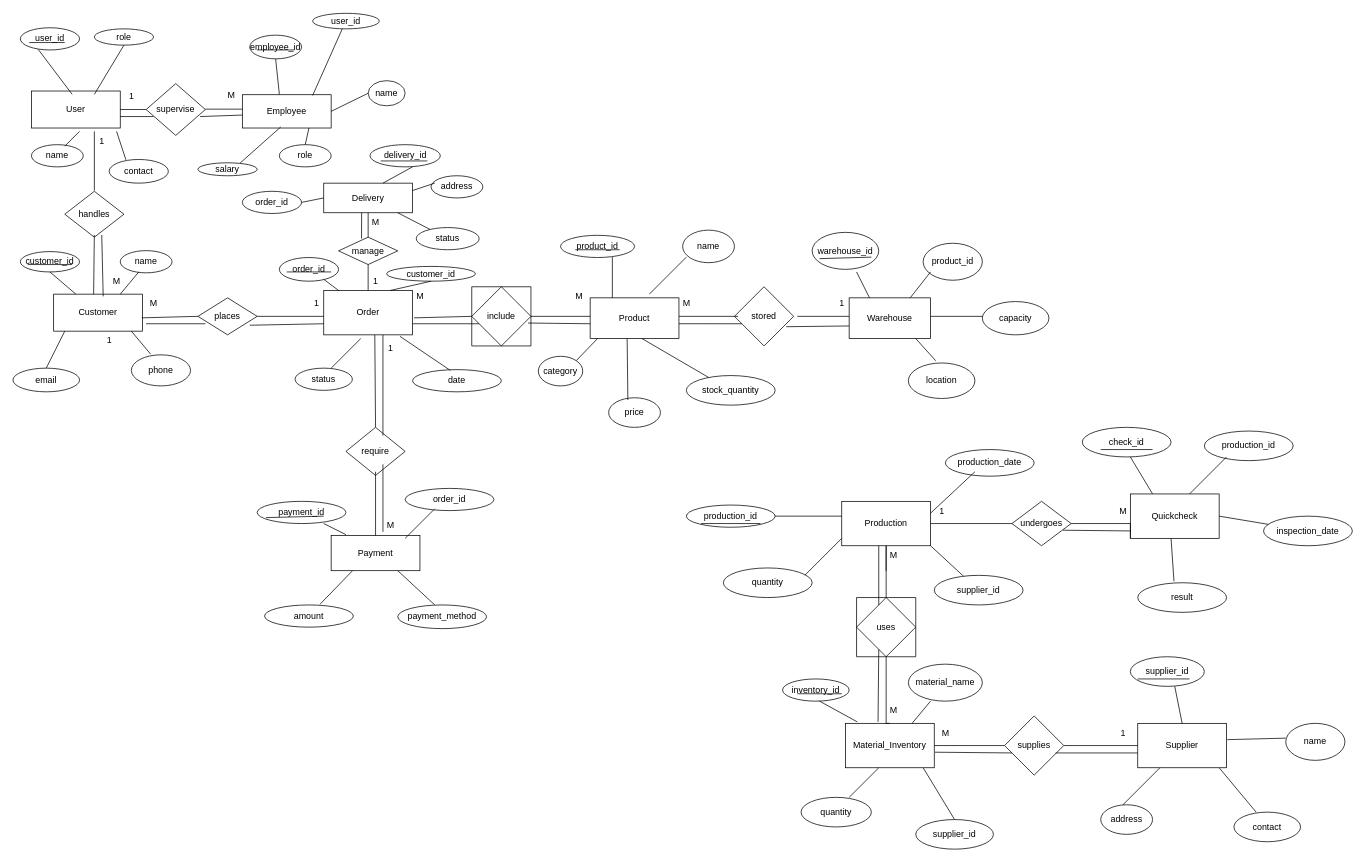
Before: Untitled Diagram.drawio in sarasiVidumini/drawio, a draw.io diagram. Source tidied: cells renumbered, new cells numbered last; positions are measured from the earlier drawing's top-left corner, leaving out a move shared by most shapes. Both pictures are drawn from the tidied source at 74%, with x=0, y=0 at pixel (13, 13).
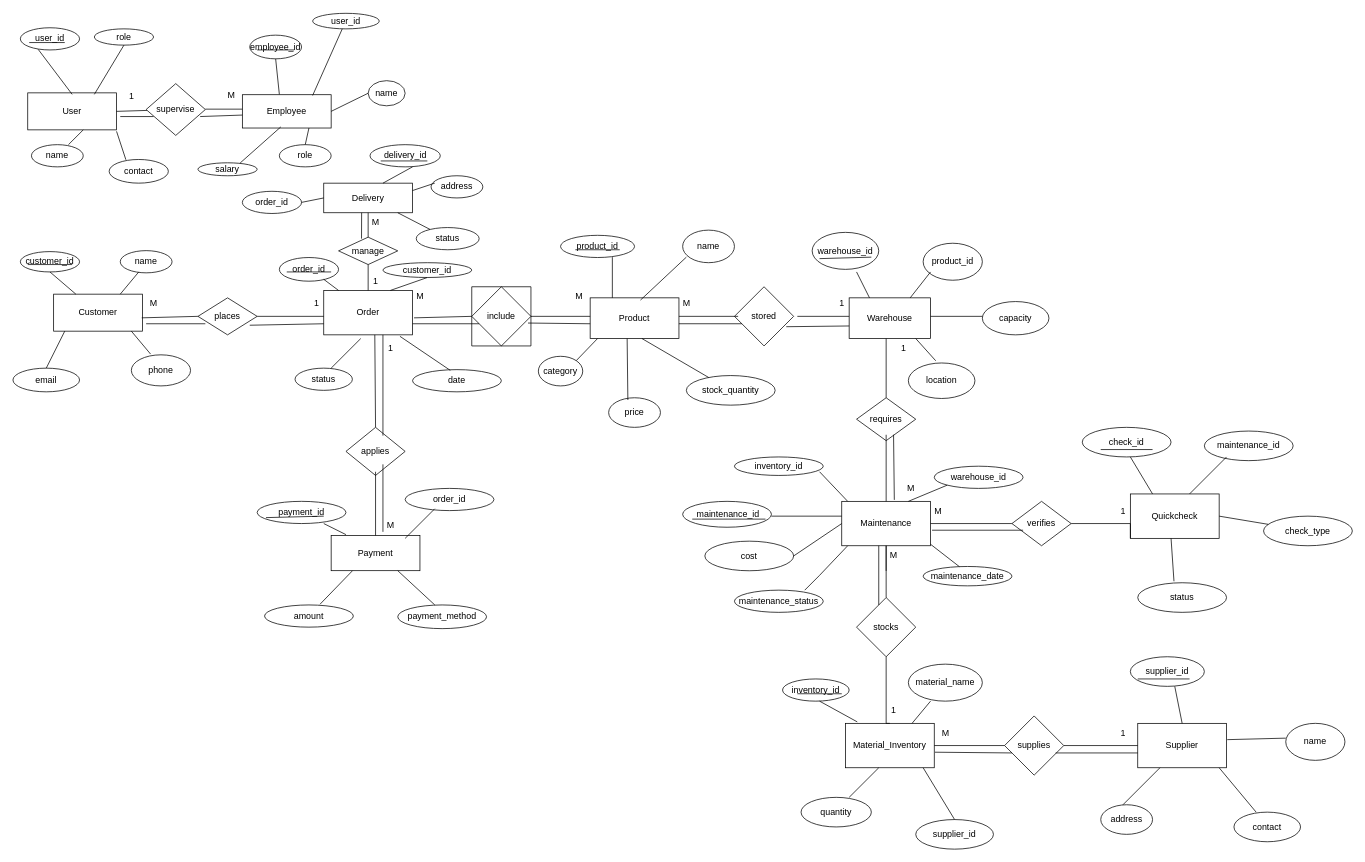
The same diagram, later.

The change refers to these unchanged cells:
```xml
<mxCell id="4" value="Customer" style="rounded=0;whiteSpace=wrap;html=1;" parent="1" vertex="1">
  <mxGeometry x="55" y="380" width="120" height="50" as="geometry" />
</mxCell>
<mxCell id="11" value="Product" style="rounded=0;whiteSpace=wrap;html=1;" parent="1" vertex="1">
  <mxGeometry x="780" y="385" width="120" height="55" as="geometry" />
</mxCell>
<mxCell id="87" value="Material_Inventory" style="rounded=0;whiteSpace=wrap;html=1;" parent="1" vertex="1">
  <mxGeometry x="1125" y="960" width="120" height="60" as="geometry" />
</mxCell>
```

Diff of the diagram source:
```diff
@@
     <mxCell id="2" value="User" style="rounded=0;whiteSpace=wrap;html=1;" parent="1" vertex="1">
-      <mxGeometry x="25" y="105.5" width="120" height="50" as="geometry" />
+      <mxGeometry x="20" y="108" width="120" height="50" as="geometry" />
     </mxCell>
@@
     <mxCell id="31" style="endArrow=none;html=1;rounded=0;fontFamily=Helvetica;fontSize=12;fontColor=default;" parent="1" edge="1">
       <mxGeometry relative="1" as="geometry">
-        <mxPoint x="70" y="180" as="sourcePoint" />
-        <mxPoint x="90" y="160" as="targetPoint" />
+        <mxPoint x="75" y="178" as="sourcePoint" />
+        <mxPoint x="95" y="158" as="targetPoint" />
       </mxGeometry>
     </mxCell>
@@
     <mxCell id="37" value="customer_id" style="ellipse;whiteSpace=wrap;html=1;strokeColor=default;align=center;verticalAlign=middle;fontFamily=Helvetica;fontSize=12;fontColor=default;fillColor=default;" parent="1" vertex="1">
-      <mxGeometry x="505" y="342.5" width="120" height="20" as="geometry" />
+      <mxGeometry x="500" y="337.5" width="120" height="20" as="geometry" />
     </mxCell>
@@
-    <mxCell id="48" value="handles" style="rhombus;whiteSpace=wrap;html=1;" parent="1" vertex="1">
-      <mxGeometry x="70" y="241" width="80" height="62" as="geometry" />
-    </mxCell>
-    <mxCell id="49" value="require" style="rhombus;whiteSpace=wrap;html=1;" parent="1" vertex="1">
+    <mxCell id="49" value="applies" style="rhombus;whiteSpace=wrap;html=1;" parent="1" vertex="1">
       <mxGeometry x="450" y="560" width="80" height="65" as="geometry" />
     </mxCell>
-    <mxCell id="50" style="endArrow=none;html=1;rounded=0;" parent="1" edge="1">
-      <mxGeometry relative="1" as="geometry">
-        <mxPoint x="110" y="240" as="sourcePoint" />
-        <mxPoint x="110" y="160" as="targetPoint" />
-      </mxGeometry>
-    </mxCell>
-    <mxCell id="51" style="endArrow=none;html=1;rounded=0;exitX=0.45;exitY=0;exitDx=0;exitDy=0;exitPerimeter=0;" parent="1" edge="1" source="4">
-      <mxGeometry relative="1" as="geometry">
-        <mxPoint x="110" y="300" as="targetPoint" />
-      </mxGeometry>
-    </mxCell>
@@
-    <mxCell id="81" value="Production" style="rounded=0;whiteSpace=wrap;html=1;" parent="1" vertex="1">
+    <mxCell id="81" value="Maintenance" style="rounded=0;whiteSpace=wrap;html=1;" parent="1" vertex="1">
       <mxGeometry x="1120" y="660" width="120" height="60" as="geometry" />
     </mxCell>
-    <mxCell id="82" value="undergoes" style="rhombus;whiteSpace=wrap;html=1;" parent="1" vertex="1">
+    <mxCell id="82" value="verifies" style="rhombus;whiteSpace=wrap;html=1;" parent="1" vertex="1">
       <mxGeometry x="1350" y="660" width="80" height="60" as="geometry" />
     </mxCell>
@@
-    <mxCell id="86" value="uses" style="rhombus;whiteSpace=wrap;html=1;" parent="1" vertex="1">
+    <mxCell id="86" value="stocks" style="rhombus;whiteSpace=wrap;html=1;" parent="1" vertex="1">
       <mxGeometry x="1140" y="790" width="80" height="80" as="geometry" />
     </mxCell>
@@
-    <mxCell id="102" style="endArrow=none;html=1;rounded=0;" parent="1" edge="1">
+    <mxCell id="102" style="endArrow=none;html=1;rounded=0;exitX=0.567;exitY=0.055;exitDx=0;exitDy=0;exitPerimeter=0;" parent="1" edge="1" source="11">
       <mxGeometry relative="1" as="geometry">
-        <mxPoint x="860" y="380" as="sourcePoint" />
         <mxPoint x="910" y="330" as="targetPoint" />
       </mxGeometry>
     </mxCell>
@@
-    <mxCell id="123" value="production_id" style="ellipse;whiteSpace=wrap;html=1;" parent="1" vertex="1">
-      <mxGeometry x="910" y="665" width="120" height="30" as="geometry" />
-    </mxCell>
-    <mxCell id="124" value="quantity" style="ellipse;whiteSpace=wrap;html=1;" parent="1" vertex="1">
-      <mxGeometry x="960" y="750" width="120" height="40" as="geometry" />
+    <mxCell id="124" value="cost" style="ellipse;whiteSpace=wrap;html=1;" parent="1" vertex="1">
+      <mxGeometry x="935" y="713.8" width="120" height="40" as="geometry" />
     </mxCell>
-    <mxCell id="125" value="production_date" style="ellipse;whiteSpace=wrap;html=1;direction=west;" parent="1" vertex="1">
-      <mxGeometry x="1260" y="590" width="120" height="36" as="geometry" />
+    <mxCell id="125" value="maintenance_date" style="ellipse;whiteSpace=wrap;html=1;direction=west;" parent="1" vertex="1">
+      <mxGeometry x="1230" y="748" width="120" height="26.2" as="geometry" />
     </mxCell>
-    <mxCell id="126" value="supplier_id" style="ellipse;whiteSpace=wrap;html=1;" parent="1" vertex="1">
-      <mxGeometry x="1245" y="760" width="120" height="40" as="geometry" />
+    <mxCell id="126" value="inventory_id" style="ellipse;whiteSpace=wrap;html=1;" parent="1" vertex="1">
+      <mxGeometry x="975" y="600" width="120" height="25" as="geometry" />
     </mxCell>
-    <mxCell id="127" style="endArrow=none;html=1;rounded=0;exitX=1;exitY=0.5;exitDx=0;exitDy=0;" parent="1" edge="1" source="123">
+    <mxCell id="127" style="endArrow=none;html=1;rounded=0;exitX=1;exitY=0.5;exitDx=0;exitDy=0;" parent="1" edge="1">
       <mxGeometry relative="1" as="geometry">
+        <mxPoint x="1025" y="680" as="sourcePoint" />
         <mxPoint x="1120" y="680" as="targetPoint" />
       </mxGeometry>
     </mxCell>
-    <mxCell id="128" style="endArrow=none;html=1;rounded=0;" parent="1" edge="1">
-      <mxGeometry relative="1" as="geometry">
-        <mxPoint x="1070" y="760" as="sourcePoint" />
-        <mxPoint x="1120" y="710" as="targetPoint" />
-      </mxGeometry>
+    <mxCell id="128" style="endArrow=none;html=1;rounded=0;exitX=1;exitY=0.5;exitDx=0;exitDy=0;entryX=0;entryY=0.5;entryDx=0;entryDy=0;" parent="1" edge="1" source="124" target="81">
+      <mxGeometry relative="1" as="geometry" />
     </mxCell>
-    <mxCell id="129" style="endArrow=none;html=1;rounded=0;" parent="1" edge="1" source="126">
-      <mxGeometry relative="1" as="geometry">
-        <mxPoint x="1240" y="720" as="targetPoint" />
-      </mxGeometry>
-    </mxCell>
-    <mxCell id="130" style="endArrow=none;html=1;rounded=0;" parent="1" edge="1">
-      <mxGeometry relative="1" as="geometry">
-        <mxPoint x="1240" y="676" as="sourcePoint" />
-        <mxPoint x="1300" y="620" as="targetPoint" />
-      </mxGeometry>
-    </mxCell>
@@
-    <mxCell id="147" style="endArrow=none;html=1;rounded=0;" parent="1" edge="1">
-      <mxGeometry relative="1" as="geometry">
-        <mxPoint x="930" y="690" as="sourcePoint" />
-        <mxPoint x="1010" y="690" as="targetPoint" />
-      </mxGeometry>
-    </mxCell>
@@
-    <mxCell id="151" value="production_id" style="ellipse;whiteSpace=wrap;html=1;" parent="1" vertex="1">
+    <mxCell id="151" value="maintenance_id" style="ellipse;whiteSpace=wrap;html=1;" parent="1" vertex="1">
       <mxGeometry x="1610" y="565" width="120" height="40" as="geometry" />
     </mxCell>
-    <mxCell id="152" value="result" style="ellipse;whiteSpace=wrap;html=1;" parent="1" vertex="1">
+    <mxCell id="152" value="status" style="ellipse;whiteSpace=wrap;html=1;" parent="1" vertex="1">
       <mxGeometry x="1520" y="770" width="120" height="40" as="geometry" />
     </mxCell>
-    <mxCell id="153" value="inspection_date" style="ellipse;whiteSpace=wrap;html=1;" parent="1" vertex="1">
+    <mxCell id="153" value="check_type" style="ellipse;whiteSpace=wrap;html=1;" parent="1" vertex="1">
       <mxGeometry x="1690" y="680" width="120" height="40" as="geometry" />
     </mxCell>
@@
-    <mxCell id="160" value="M" style="text;html=1;align=center;verticalAlign=middle;strokeColor=none;fillColor=none;" parent="1" vertex="1">
-      <mxGeometry x="125" y="348" width="30" height="30" as="geometry" />
-    </mxCell>
-    <mxCell id="161" style="endArrow=none;html=1;rounded=0;exitX=0.863;exitY=0.65;exitDx=0;exitDy=0;exitPerimeter=0;" parent="1" edge="1" source="82">
-      <mxGeometry relative="1" as="geometry">
-        <mxPoint x="1510" y="700" as="targetPoint" />
-      </mxGeometry>
+    <mxCell id="161" style="endArrow=none;html=1;rounded=0;exitX=0.188;exitY=0.65;exitDx=0;exitDy=0;exitPerimeter=0;entryX=1.017;entryY=0.65;entryDx=0;entryDy=0;entryPerimeter=0;" parent="1" edge="1" source="82" target="81">
+      <mxGeometry relative="1" as="geometry" />
     </mxCell>
@@
-    <mxCell id="174" style="endArrow=none;html=1;rounded=0;exitX=0.367;exitY=-0.033;exitDx=0;exitDy=0;exitPerimeter=0;" parent="1" edge="1" source="87">
-      <mxGeometry relative="1" as="geometry">
-        <mxPoint x="1170" y="860" as="targetPoint" />
-      </mxGeometry>
-    </mxCell>
@@
-    <mxCell id="179" value="1" style="text;html=1;align=center;verticalAlign=middle;strokeColor=none;fillColor=none;" parent="1" vertex="1">
-      <mxGeometry x="105" y="158" width="30" height="30" as="geometry" />
-    </mxCell>
@@
-    <mxCell id="186" value="1" style="text;html=1;align=center;verticalAlign=middle;strokeColor=none;fillColor=none;" parent="1" vertex="1">
-      <mxGeometry x="115" y="428" width="30" height="30" as="geometry" />
-    </mxCell>
@@
-    <mxCell id="190" value="M" style="text;html=1;align=center;verticalAlign=middle;strokeColor=none;fillColor=none;" parent="1" vertex="1">
+    <mxCell id="190" value="1" style="text;html=1;align=center;verticalAlign=middle;strokeColor=none;fillColor=none;" parent="1" vertex="1">
       <mxGeometry x="1175" y="928" width="30" height="30" as="geometry" />
     </mxCell>
-    <mxCell id="191" style="swimlane;startSize=0;" parent="1" vertex="1">
-      <mxGeometry x="1140" y="790" width="80" height="80" as="geometry" />
-    </mxCell>
@@
-    <mxCell id="194" value="1" style="text;html=1;align=center;verticalAlign=middle;strokeColor=none;fillColor=none;" parent="1" vertex="1">
-      <mxGeometry x="1240" y="658" width="30" height="30" as="geometry" />
-    </mxCell>
-    <mxCell id="195" value="M" style="text;html=1;align=center;verticalAlign=middle;strokeColor=none;fillColor=none;" parent="1" vertex="1">
+    <mxCell id="195" value="1" style="text;html=1;align=center;verticalAlign=middle;strokeColor=none;fillColor=none;" parent="1" vertex="1">
       <mxGeometry x="1485" y="658" width="30" height="30" as="geometry" />
     </mxCell>
@@
-    <mxCell id="200" style="endArrow=none;html=1;rounded=0;exitX=0.558;exitY=0.06;exitDx=0;exitDy=0;exitPerimeter=0;" parent="1" edge="1" source="4">
-      <mxGeometry relative="1" as="geometry">
-        <mxPoint x="120" y="300" as="targetPoint" />
-      </mxGeometry>
-    </mxCell>
+    <mxCell id="201" value="&lt;p&gt;&amp;nbsp;maintenance_id&lt;/p&gt;" style="ellipse;whiteSpace=wrap;html=1;" parent="1" vertex="1">
+      <mxGeometry x="905" y="660" width="120" height="35" as="geometry" />
+    </mxCell>
+    <mxCell id="202" value="maintenance_status" style="ellipse;whiteSpace=wrap;html=1;" parent="1" vertex="1">
+      <mxGeometry x="975" y="780" width="120" height="30" as="geometry" />
+    </mxCell>
+    <mxCell id="203" style="endArrow=none;html=1;rounded=0;entryX=0.067;entryY=1;entryDx=0;entryDy=0;entryPerimeter=0;" parent="1" edge="1" target="81">
+      <mxGeometry relative="1" as="geometry">
+        <mxPoint x="1070" y="780" as="sourcePoint" />
+        <Array as="points">
+          <mxPoint x="1090" y="760" />
+        </Array>
+      </mxGeometry>
+    </mxCell>
+    <mxCell id="204" style="edgeStyle=orthogonalEdgeStyle;rounded=0;orthogonalLoop=1;jettySize=auto;html=1;exitX=0.5;exitY=1;exitDx=0;exitDy=0;" parent="1" edge="1">
+      <mxGeometry relative="1" as="geometry">
+        <mxPoint x="1310" y="630" as="sourcePoint" />
+        <mxPoint x="1310" y="630" as="targetPoint" />
+      </mxGeometry>
+    </mxCell>
+    <mxCell id="205" value="warehouse_id" style="ellipse;whiteSpace=wrap;html=1;" parent="1" vertex="1">
+      <mxGeometry x="1245" y="612.5" width="120" height="30" as="geometry" />
+    </mxCell>
+    <mxCell id="206" style="endArrow=none;html=1;rounded=0;exitX=0.067;exitY=0;exitDx=0;exitDy=0;exitPerimeter=0;" parent="1" edge="1" source="81">
+      <mxGeometry relative="1" as="geometry">
+        <mxPoint x="1090" y="620" as="targetPoint" />
+      </mxGeometry>
+    </mxCell>
+    <mxCell id="207" style="endArrow=none;html=1;rounded=0;exitX=0.75;exitY=0;exitDx=0;exitDy=0;entryX=0;entryY=1;entryDx=0;entryDy=0;" parent="1" edge="1" source="81" target="205">
+      <mxGeometry relative="1" as="geometry" />
+    </mxCell>
+    <mxCell id="208" style="endArrow=none;html=1;rounded=0;exitX=0.592;exitY=0.99;exitDx=0;exitDy=0;exitPerimeter=0;" parent="1" edge="1" source="125">
+      <mxGeometry relative="1" as="geometry">
+        <mxPoint x="1240" y="718" as="targetPoint" />
+      </mxGeometry>
+    </mxCell>
+    <mxCell id="209" value="requires" style="rhombus;whiteSpace=wrap;html=1;" parent="1" vertex="1">
+      <mxGeometry x="1140" y="520" width="80" height="58" as="geometry" />
+    </mxCell>
+    <mxCell id="210" style="endArrow=none;html=1;rounded=0;exitX=0.5;exitY=0;exitDx=0;exitDy=0;" parent="1" edge="1" source="81">
+      <mxGeometry relative="1" as="geometry">
+        <mxPoint x="1180" y="570" as="targetPoint" />
+      </mxGeometry>
+    </mxCell>
+    <mxCell id="211" style="endArrow=none;html=1;rounded=0;exitX=0.5;exitY=0;exitDx=0;exitDy=0;" parent="1" edge="1" source="209">
+      <mxGeometry relative="1" as="geometry">
+        <mxPoint x="1180" y="440" as="targetPoint" />
+      </mxGeometry>
+    </mxCell>
+    <mxCell id="212" style="endArrow=none;html=1;rounded=0;exitX=0.592;exitY=-0.033;exitDx=0;exitDy=0;exitPerimeter=0;" parent="1" edge="1" source="81">
+      <mxGeometry relative="1" as="geometry">
+        <mxPoint x="1190" y="570" as="targetPoint" />
+      </mxGeometry>
+    </mxCell>
+    <mxCell id="213" style="endArrow=none;html=1;rounded=0;exitX=0.108;exitY=0.686;exitDx=0;exitDy=0;exitPerimeter=0;entryX=0.933;entryY=0.686;entryDx=0;entryDy=0;entryPerimeter=0;" parent="1" edge="1" source="201" target="201">
+      <mxGeometry relative="1" as="geometry" />
+    </mxCell>
+    <mxCell id="214" value="&lt;span style=&quot;white-space: pre;&quot;&gt;&#9;&lt;/span&gt;1" style="text;html=1;align=center;verticalAlign=middle;strokeColor=none;fillColor=none;" parent="1" vertex="1">
+      <mxGeometry x="1160" y="438" width="60" height="30" as="geometry" />
+    </mxCell>
+    <mxCell id="215" value="&lt;span style=&quot;white-space: pre;&quot;&gt;&#9;&lt;/span&gt;M" style="text;html=1;align=center;verticalAlign=middle;strokeColor=none;fillColor=none;" parent="1" vertex="1">
+      <mxGeometry x="1170" y="628" width="60" height="30" as="geometry" />
+    </mxCell>
+    <mxCell id="160" value="M" style="text;html=1;align=center;verticalAlign=middle;strokeColor=none;fillColor=none;" parent="1" vertex="1">
+      <mxGeometry x="1235" y="658" width="30" height="30" as="geometry" />
+    </mxCell>
```
